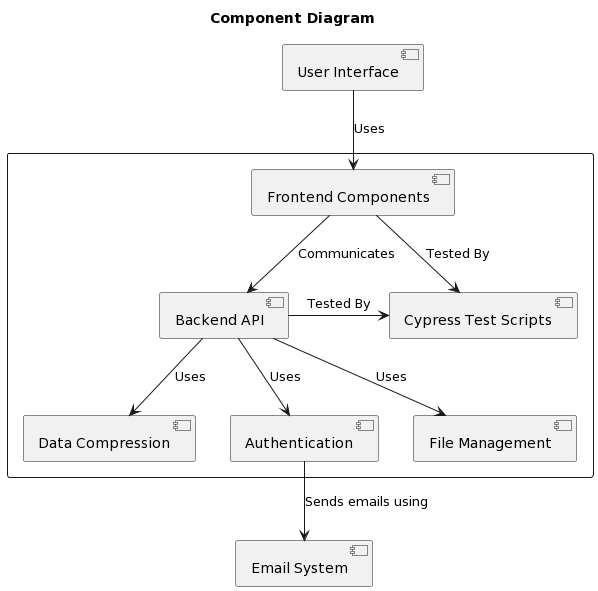
The PlantUML diagram C4 Diagrams/Component.png in aminamiah1/Scientific-Data-Website-, before a commit. The source it was exported from:
```plantuml
@startuml
title Component Diagram
[User Interface]
rectangle {
  [Frontend Components]
  [Backend API]
  [Cypress Test Scripts]
  [Data Compression]
  [Authentication]
  [File Management]
}
[Email System]

[User Interface] --> [Frontend Components] : Uses
[Frontend Components] --> [Backend API] : Communicates
[Frontend Components] --> [Cypress Test Scripts] : Tested By
[Backend API] -right-> [Cypress Test Scripts] : Tested By
[Backend API] --> [Authentication] : Uses
[Backend API] --> [File Management] : Uses
[Backend API] --> [Data Compression] : Uses
[Authentication] --> [Email System] : Sends emails using
@enduml
```
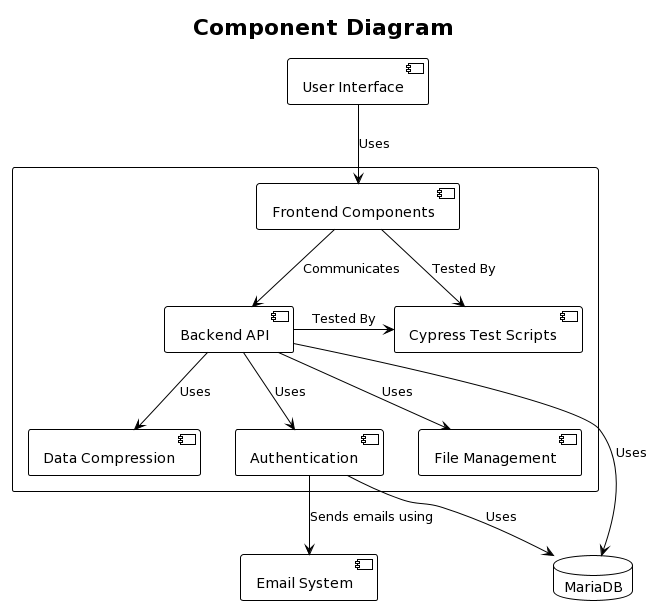
Later version of the same file.

Commit message:
Update component diagram

What changed in the source:
```diff
@@ -1,4 +1,5 @@
 @startuml
+!theme plain
 title Component Diagram
 [User Interface]
 rectangle {
@@ -11,6 +12,8 @@
 }
 [Email System]
 
+database MariaDB
+
 [User Interface] --> [Frontend Components] : Uses
 [Frontend Components] --> [Backend API] : Communicates
 [Frontend Components] --> [Cypress Test Scripts] : Tested By
@@ -19,4 +22,6 @@
 [Backend API] --> [File Management] : Uses
 [Backend API] --> [Data Compression] : Uses
 [Authentication] --> [Email System] : Sends emails using
+[Backend API] --> MariaDB : Uses
+[Authentication] --> MariaDB : Uses
 @enduml
```
